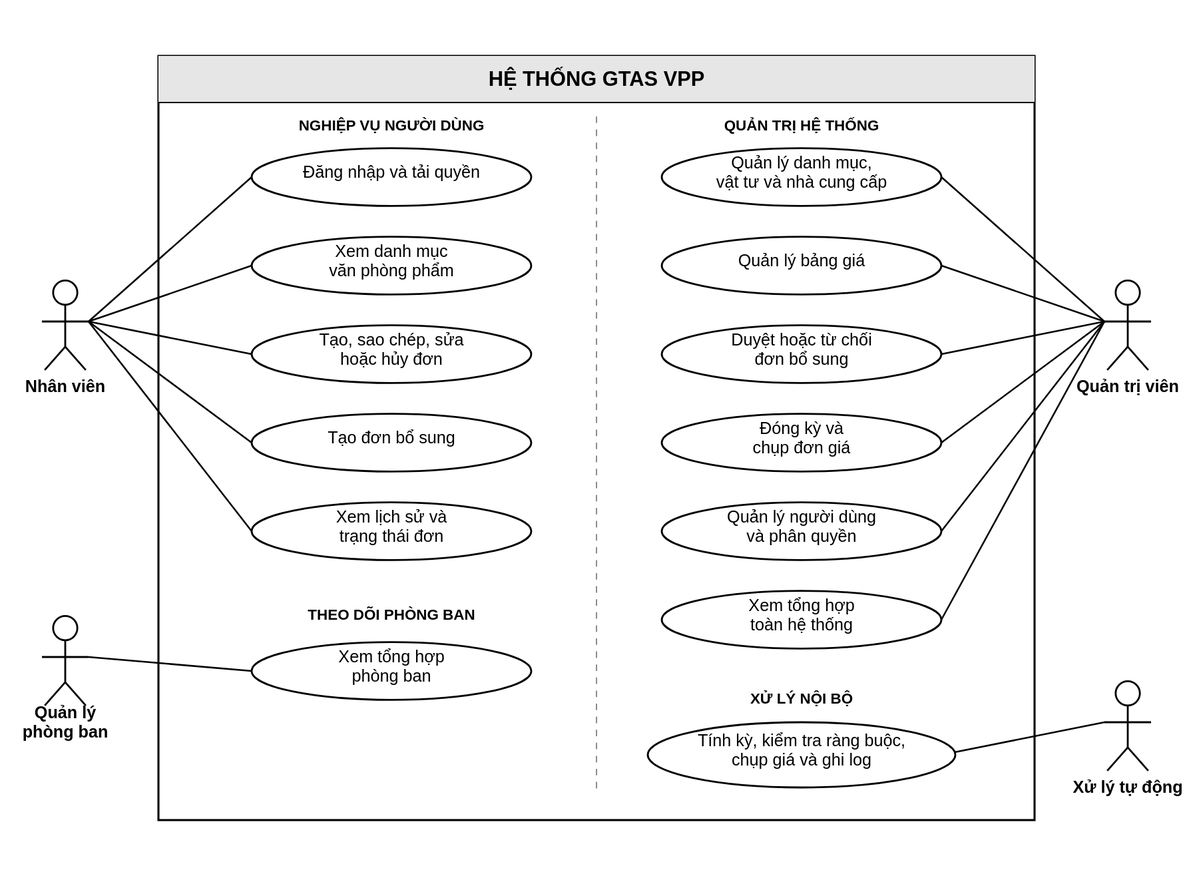
Before: LVTN/diagrams/ch02/use-case-overview.svg, a diagram exported from PlantUML (Miikey24s/gtas_vpp). Its source is kept beside it as LVTN/diagrams/ch02/use-case-overview.puml.
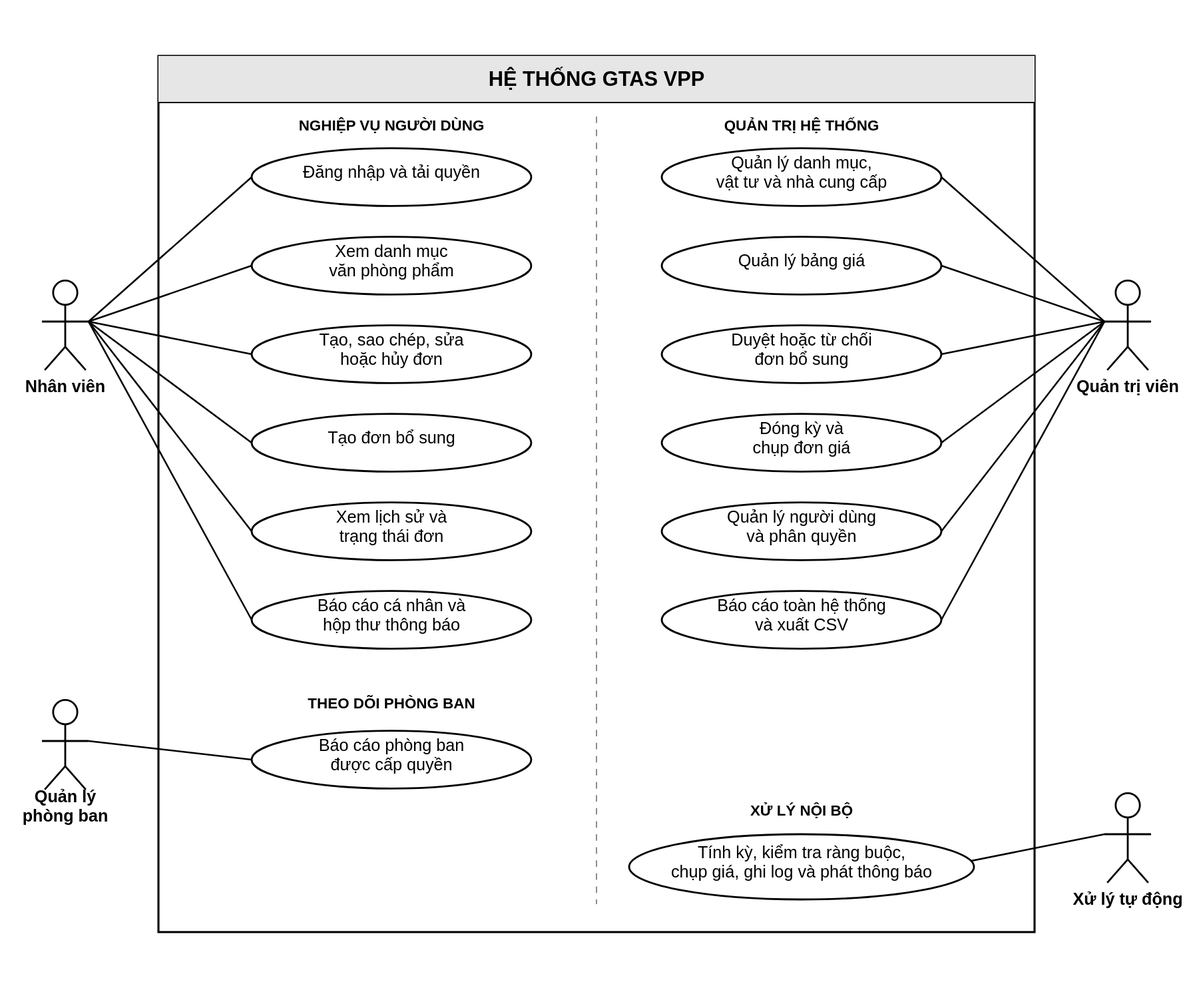
After the change.

Change to the diagram source:
```diff
@@ -16,27 +16,29 @@
 
 rectangle "Hệ thống GTAS VPP" {
   usecase "Đăng nhập và\ntải quyền" as UC_Login
+  usecase "Xem báo cáo cá nhân\nvà hộp thư thông báo" as UC_OwnReport
 
   usecase "Quản lý danh mục,\nvật tư và nhà cung cấp" as UC_Master
   usecase "Quản lý bảng giá" as UC_Price
   usecase "Duyệt hoặc từ chối\nđơn bổ sung" as UC_Approve
   usecase "Đóng kỳ và\nchụp đơn giá" as UC_Settle
   usecase "Quản lý người dùng\nvà phân quyền" as UC_Permission
-  usecase "Xem tổng hợp\ntoàn hệ thống" as UC_Enterprise
+  usecase "Báo cáo toàn hệ thống\nvà xuất CSV" as UC_Enterprise
 
-  usecase "Xem tổng hợp\nphòng ban" as UC_Department
+  usecase "Báo cáo phòng ban\nđược cấp quyền" as UC_Department
 
   usecase "Xem danh mục\nvăn phòng phẩm" as UC_Catalog
   usecase "Tạo, sao chép, sửa\nhoặc hủy đơn" as UC_Request
   usecase "Tạo đơn bổ sung" as UC_Additional
   usecase "Xem lịch sử và\ntrạng thái đơn" as UC_History
 
-  usecase "Tính kỳ, kiểm tra ràng buộc,\nchụp giá và ghi log" as UC_Automation
+  usecase "Tính kỳ, kiểm tra ràng buộc,\nchụp giá, ghi log và phát thông báo" as UC_Automation
 }
 
 Admin -- UC_Login
 Manager -- UC_Login
 Employee -- UC_Login
+Employee -- UC_OwnReport
 
 Admin -- UC_Master
 Admin -- UC_Price
```
